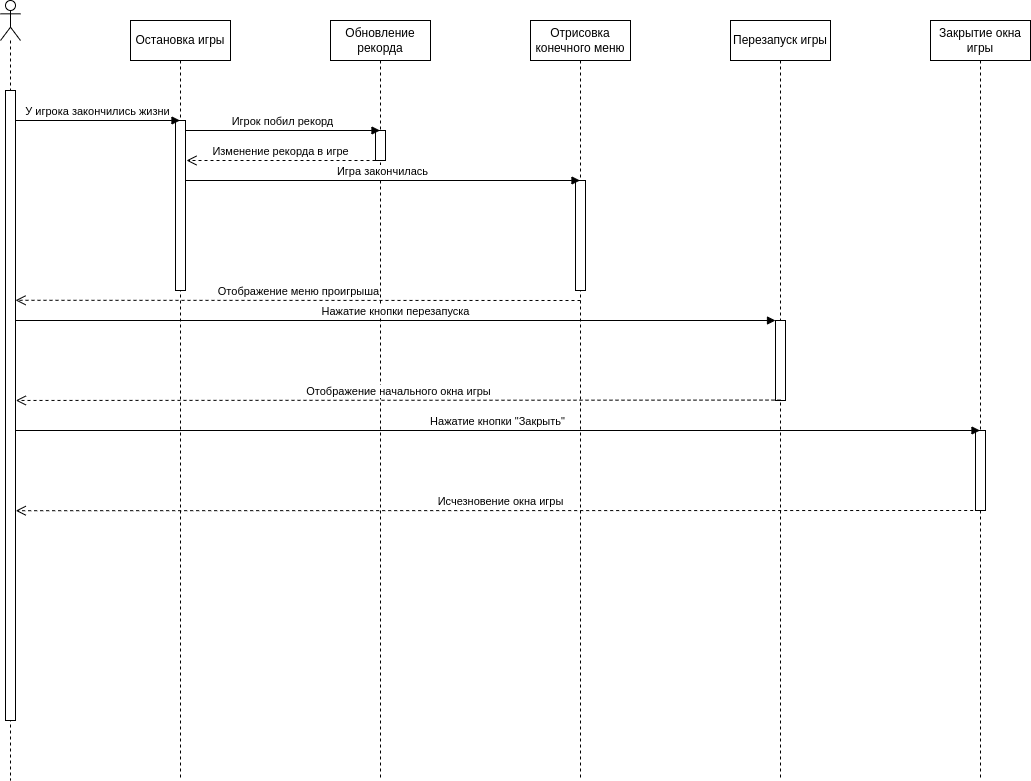
The draw.io diagram posled_diagr/Game_over.png in postavtezachet/TRIPTO2, before a commit. Source tidied: cells renumbered, new cells last; positions are measured from the earlier drawing's top-left corner, leaving out a move shared by most shapes. Source of this version:
```xml
<mxGraphModel>
  <root>
    <mxCell id="0" />
    <mxCell id="1" parent="0" />
    <mxCell id="2" style="shape=umlLifeline;participant=umlActor;perimeter=lifelinePerimeter;whiteSpace=wrap;html=1;verticalAlign=top;spacingTop=36;" parent="1" vertex="1">
      <mxGeometry width="20" height="780" as="geometry" />
    </mxCell>
    <mxCell id="3" style="html=1;points=[];perimeter=orthogonalPerimeter;" parent="1" vertex="1">
      <mxGeometry x="5" y="90" width="10" height="630" as="geometry" />
    </mxCell>
    <mxCell id="4" value="Остановка игры" style="shape=umlLifeline;perimeter=lifelinePerimeter;whiteSpace=wrap;html=1;outlineConnect=0;" parent="1" vertex="1">
      <mxGeometry x="130" y="20" width="100" height="760" as="geometry" />
    </mxCell>
    <mxCell id="5" style="html=1;perimeter=orthogonalPerimeter;" parent="4" vertex="1">
      <mxGeometry x="45" y="100" width="10" height="170" as="geometry" />
    </mxCell>
    <mxCell id="6" value="У игрока закончились жизни" style="html=1;verticalAlign=bottom;endArrow=block;" parent="1" edge="1" target="4">
      <mxGeometry relative="1" as="geometry">
        <mxPoint x="15" y="120" as="sourcePoint" />
      </mxGeometry>
    </mxCell>
    <mxCell id="7" value="Обновление рекорда" style="shape=umlLifeline;perimeter=lifelinePerimeter;whiteSpace=wrap;html=1;" parent="1" vertex="1">
      <mxGeometry x="330" y="20" width="100" height="760" as="geometry" />
    </mxCell>
    <mxCell id="8" style="html=1;points=[];perimeter=orthogonalPerimeter;" parent="7" vertex="1">
      <mxGeometry x="45" y="110" width="10" height="30" as="geometry" />
    </mxCell>
    <mxCell id="9" value="Игрок побил рекорд" style="html=1;verticalAlign=bottom;endArrow=block;" parent="1" edge="1">
      <mxGeometry relative="1" as="geometry">
        <mxPoint x="185" y="130" as="sourcePoint" />
        <mxPoint x="379.5" y="130" as="targetPoint" />
      </mxGeometry>
    </mxCell>
    <mxCell id="10" value="Изменение рекорда в игре" style="html=1;verticalAlign=bottom;endArrow=open;dashed=1;endSize=8;" parent="1" edge="1" source="8">
      <mxGeometry relative="1" as="geometry">
        <mxPoint x="186" y="160" as="targetPoint" />
      </mxGeometry>
    </mxCell>
    <mxCell id="11" value="Отрисовка конечного меню" style="shape=umlLifeline;perimeter=lifelinePerimeter;whiteSpace=wrap;html=1;outlineConnect=0;" parent="1" vertex="1">
      <mxGeometry x="530" y="20" width="100" height="760" as="geometry" />
    </mxCell>
    <mxCell id="12" style="html=1;perimeter=orthogonalPerimeter;" parent="11" vertex="1">
      <mxGeometry x="45" y="160" width="10" height="110" as="geometry" />
    </mxCell>
    <mxCell id="13" value="Игра закончилась" style="html=1;verticalAlign=bottom;endArrow=block;" parent="1" edge="1" target="11">
      <mxGeometry relative="1" as="geometry">
        <mxPoint x="185" y="180" as="sourcePoint" />
      </mxGeometry>
    </mxCell>
    <mxCell id="14" value="Отображение меню проигрыша" style="html=1;verticalAlign=bottom;endArrow=open;dashed=1;endSize=8;entryX=1.003;entryY=0.333;entryDx=0;entryDy=0;entryPerimeter=0;" parent="1" edge="1" target="3">
      <mxGeometry relative="1" as="geometry">
        <mxPoint x="580" y="300" as="sourcePoint" />
      </mxGeometry>
    </mxCell>
    <mxCell id="15" value="Перезапуск игры" style="shape=umlLifeline;perimeter=lifelinePerimeter;whiteSpace=wrap;html=1;" parent="1" vertex="1">
      <mxGeometry x="730" y="20" width="100" height="760" as="geometry" />
    </mxCell>
    <mxCell id="16" style="html=1;points=[];perimeter=orthogonalPerimeter;" parent="15" vertex="1">
      <mxGeometry x="45" y="300" width="10" height="80" as="geometry" />
    </mxCell>
    <mxCell id="17" value="Нажатие кнопки перезапуска" style="html=1;verticalAlign=bottom;endArrow=block;" parent="1" edge="1" target="16">
      <mxGeometry relative="1" as="geometry">
        <mxPoint x="15" y="320" as="sourcePoint" />
      </mxGeometry>
    </mxCell>
    <mxCell id="18" value="Отображение начального окна игры" style="html=1;verticalAlign=bottom;endArrow=open;dashed=1;endSize=8;entryX=1.032;entryY=0.492;entryDx=0;entryDy=0;entryPerimeter=0;" parent="1" edge="1" target="3">
      <mxGeometry relative="1" as="geometry">
        <mxPoint x="780" y="399.6" as="sourcePoint" />
      </mxGeometry>
    </mxCell>
    <mxCell id="19" value="Закрытие окна игры" style="shape=umlLifeline;perimeter=lifelinePerimeter;whiteSpace=wrap;html=1;outlineConnect=0;" parent="1" vertex="1">
      <mxGeometry x="930" y="20" width="100" height="760" as="geometry" />
    </mxCell>
    <mxCell id="20" style="html=1;perimeter=orthogonalPerimeter;" parent="19" vertex="1">
      <mxGeometry x="45" y="410" width="10" height="80" as="geometry" />
    </mxCell>
    <mxCell id="21" value="Нажатие кнопки &quot;Закрыть&quot;" style="html=1;verticalAlign=bottom;endArrow=block;" parent="1" edge="1" target="19">
      <mxGeometry relative="1" as="geometry">
        <mxPoint x="15" y="430" as="sourcePoint" />
      </mxGeometry>
    </mxCell>
    <mxCell id="22" value="Исчезновение окна игры" style="html=1;verticalAlign=bottom;endArrow=open;dashed=1;endSize=8;entryX=1.026;entryY=0.667;entryDx=0;entryDy=0;entryPerimeter=0;" parent="1" edge="1" target="3">
      <mxGeometry relative="1" as="geometry">
        <mxPoint x="984.7" y="510" as="sourcePoint" />
      </mxGeometry>
    </mxCell>
  </root>
</mxGraphModel>
```
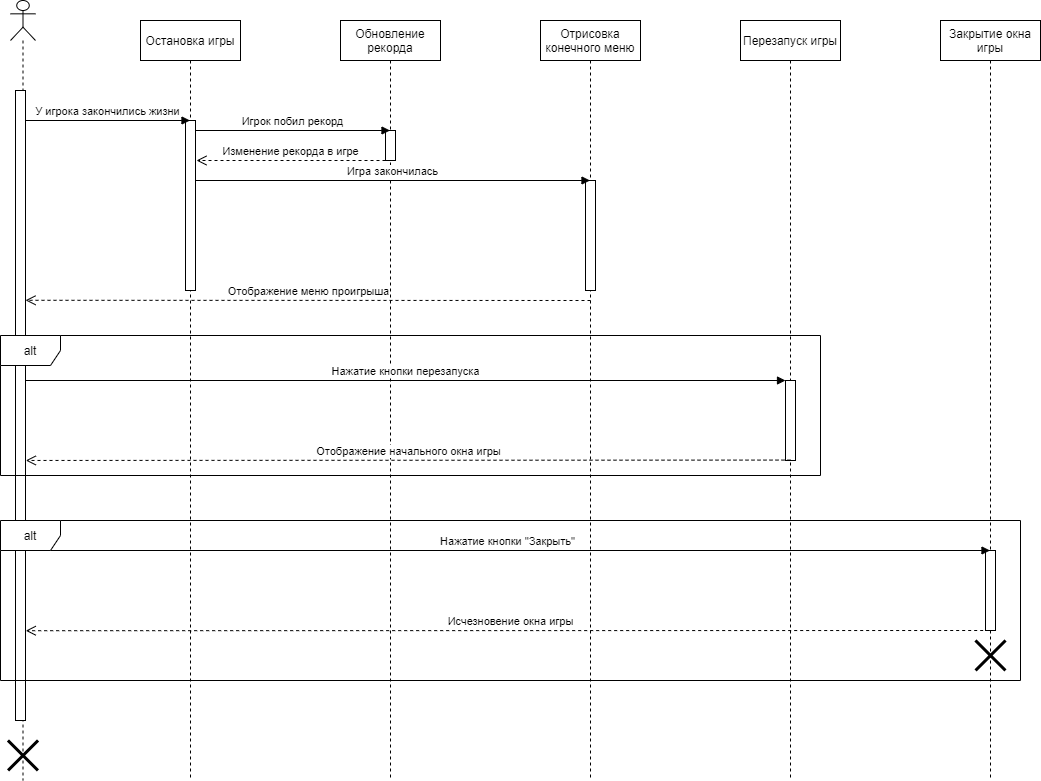
After the commit.

What changed in the source:
```diff
@@ -3,8 +3,11 @@
     <mxCell id="0" />
     <mxCell id="1" parent="0" />
     <mxCell id="2" style="shape=umlLifeline;participant=umlActor;perimeter=lifelinePerimeter;whiteSpace=wrap;html=1;verticalAlign=top;spacingTop=36;" parent="1" vertex="1">
-      <mxGeometry width="20" height="780" as="geometry" />
+      <mxGeometry width="25" height="780" as="geometry" />
     </mxCell>
+    <mxCell id="23" style="shape=umlDestroy;whiteSpace=wrap;html=1;strokeWidth=3;" parent="2" vertex="1">
+      <mxGeometry x="-2.5" y="740" width="30" height="30" as="geometry" />
+    </mxCell>
     <mxCell id="3" style="html=1;points=[];perimeter=orthogonalPerimeter;" parent="1" vertex="1">
       <mxGeometry x="5" y="90" width="10" height="630" as="geometry" />
     </mxCell>
@@ -56,33 +59,45 @@
       <mxGeometry x="730" y="20" width="100" height="760" as="geometry" />
     </mxCell>
     <mxCell id="16" style="html=1;points=[];perimeter=orthogonalPerimeter;" parent="15" vertex="1">
-      <mxGeometry x="45" y="300" width="10" height="80" as="geometry" />
+      <mxGeometry x="45" y="360" width="10" height="80" as="geometry" />
     </mxCell>
     <mxCell id="17" value="Нажатие кнопки перезапуска" style="html=1;verticalAlign=bottom;endArrow=block;" parent="1" edge="1" target="16">
       <mxGeometry relative="1" as="geometry">
-        <mxPoint x="15" y="320" as="sourcePoint" />
+        <mxPoint x="15" y="380" as="sourcePoint" />
       </mxGeometry>
     </mxCell>
-    <mxCell id="18" value="Отображение начального окна игры" style="html=1;verticalAlign=bottom;endArrow=open;dashed=1;endSize=8;entryX=1.032;entryY=0.492;entryDx=0;entryDy=0;entryPerimeter=0;" parent="1" edge="1" target="3">
+    <mxCell id="18" value="Отображение начального окна игры" style="html=1;verticalAlign=bottom;endArrow=open;dashed=1;endSize=8;entryX=1.032;entryY=0.492;entryDx=0;entryDy=0;entryPerimeter=0;" parent="1" edge="1">
       <mxGeometry relative="1" as="geometry">
-        <mxPoint x="780" y="399.6" as="sourcePoint" />
+        <mxPoint x="780" y="459.6" as="sourcePoint" />
+        <mxPoint x="15.3" y="460" as="targetPoint" />
       </mxGeometry>
     </mxCell>
     <mxCell id="19" value="Закрытие окна игры" style="shape=umlLifeline;perimeter=lifelinePerimeter;whiteSpace=wrap;html=1;outlineConnect=0;" parent="1" vertex="1">
       <mxGeometry x="930" y="20" width="100" height="760" as="geometry" />
     </mxCell>
     <mxCell id="20" style="html=1;perimeter=orthogonalPerimeter;" parent="19" vertex="1">
-      <mxGeometry x="45" y="410" width="10" height="80" as="geometry" />
+      <mxGeometry x="45" y="530" width="10" height="80" as="geometry" />
     </mxCell>
-    <mxCell id="21" value="Нажатие кнопки &quot;Закрыть&quot;" style="html=1;verticalAlign=bottom;endArrow=block;" parent="1" edge="1" target="19">
+    <mxCell id="21" value="Нажатие кнопки &quot;Закрыть&quot;" style="html=1;verticalAlign=bottom;endArrow=block;" parent="1" edge="1">
       <mxGeometry relative="1" as="geometry">
-        <mxPoint x="15" y="430" as="sourcePoint" />
+        <mxPoint x="15" y="550" as="sourcePoint" />
+        <mxPoint x="979.5" y="550" as="targetPoint" />
       </mxGeometry>
     </mxCell>
-    <mxCell id="22" value="Исчезновение окна игры" style="html=1;verticalAlign=bottom;endArrow=open;dashed=1;endSize=8;entryX=1.026;entryY=0.667;entryDx=0;entryDy=0;entryPerimeter=0;" parent="1" edge="1" target="3">
+    <mxCell id="22" value="Исчезновение окна игры" style="html=1;verticalAlign=bottom;endArrow=open;dashed=1;endSize=8;entryX=1.026;entryY=0.667;entryDx=0;entryDy=0;entryPerimeter=0;" parent="1" edge="1">
       <mxGeometry relative="1" as="geometry">
-        <mxPoint x="984.7" y="510" as="sourcePoint" />
+        <mxPoint x="984.7" y="630" as="sourcePoint" />
+        <mxPoint x="15.3" y="630.2" as="targetPoint" />
       </mxGeometry>
     </mxCell>
+    <mxCell id="24" value="alt" style="shape=umlFrame;whiteSpace=wrap;html=1;" parent="1" vertex="1">
+      <mxGeometry x="-10" y="335" width="820" height="140" as="geometry" />
+    </mxCell>
+    <mxCell id="25" value="alt" style="shape=umlFrame;whiteSpace=wrap;html=1;" parent="1" vertex="1">
+      <mxGeometry x="-10" y="520" width="1020" height="160" as="geometry" />
+    </mxCell>
+    <mxCell id="26" style="shape=umlDestroy;whiteSpace=wrap;html=1;strokeWidth=3;" parent="1" vertex="1">
+      <mxGeometry x="965" y="640" width="30" height="30" as="geometry" />
+    </mxCell>
   </root>
 </mxGraphModel>
```
